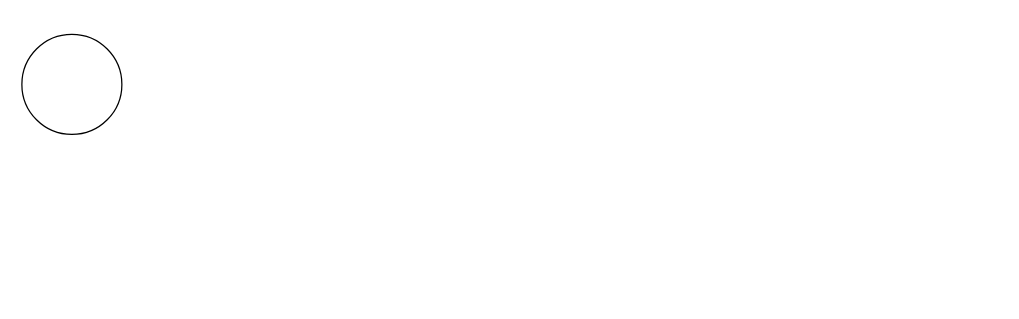
The draw.io diagram Diagrama sem nome.drawio in murilosouzza/Userflow, before the edit. Source tidied: cells renumbered, new cells numbered last; positions are measured from the earlier drawing's top-left corner, leaving out a move shared by most shapes. Both pictures are drawn from the tidied source at 125%, with x=0, y=0 at pixel (21, 34).
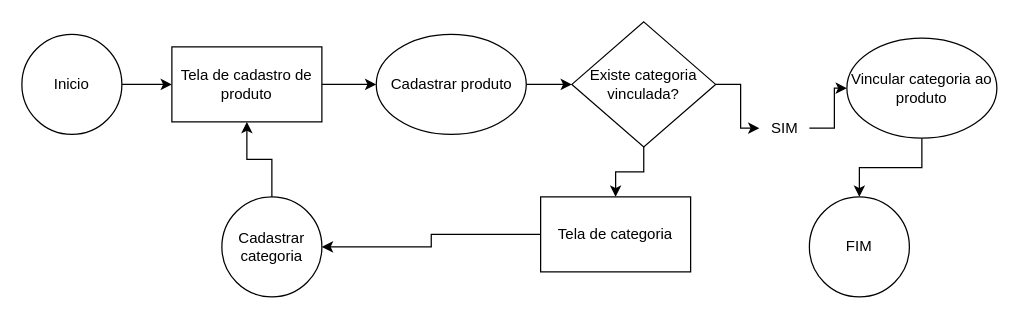
After the change.

Diff of the diagram source:
```diff
@@
 <mxGraphModel>
   <root>
     <mxCell id="0" />
     <mxCell id="1" parent="0" />
+    <mxCell id="3" style="edgeStyle=orthogonalEdgeStyle;rounded=0;jettySize=auto;html=1;" parent="1" edge="1" source="2" target="5">
+      <mxGeometry relative="1" as="geometry" />
+    </mxCell>
-    <mxCell id="2" style="ellipse;whiteSpace=wrap;html=1;" parent="1" vertex="1">
+    <mxCell id="2" value="Inicio" style="ellipse;whiteSpace=wrap;html=1;" parent="1" vertex="1">
       <mxGeometry width="80" height="80" as="geometry" />
     </mxCell>
+    <mxCell id="4" style="edgeStyle=orthogonalEdgeStyle;rounded=0;jettySize=auto;html=1;" parent="1" edge="1" source="5" target="7">
+      <mxGeometry relative="1" as="geometry" />
+    </mxCell>
+    <mxCell id="5" value="Tela de cadastro de&lt;div&gt;produto&lt;/div&gt;" style="rounded=0;whiteSpace=wrap;html=1;" parent="1" vertex="1">
+      <mxGeometry x="120" y="10" width="120" height="60" as="geometry" />
+    </mxCell>
+    <mxCell id="6" style="edgeStyle=orthogonalEdgeStyle;rounded=0;jettySize=auto;html=1;" parent="1" edge="1" source="7" target="10">
+      <mxGeometry relative="1" as="geometry" />
+    </mxCell>
+    <mxCell id="7" value="Cadastrar produto" style="ellipse;whiteSpace=wrap;html=1;" parent="1" vertex="1">
+      <mxGeometry x="283.5" width="120" height="80" as="geometry" />
+    </mxCell>
+    <mxCell id="8" style="edgeStyle=orthogonalEdgeStyle;rounded=0;jettySize=auto;html=1;" parent="1" edge="1" source="10" target="12">
+      <mxGeometry relative="1" as="geometry" />
+    </mxCell>
+    <mxCell id="9" style="edgeStyle=orthogonalEdgeStyle;rounded=0;jettySize=auto;html=1;" parent="1" edge="1" source="10" target="16">
+      <mxGeometry relative="1" as="geometry" />
+    </mxCell>
+    <mxCell id="10" value="Existe categoria&lt;div&gt;vinculada?&lt;/div&gt;" style="rhombus;whiteSpace=wrap;html=1;" parent="1" vertex="1">
+      <mxGeometry x="440" y="-10" width="115" height="100" as="geometry" />
+    </mxCell>
+    <mxCell id="11" style="edgeStyle=orthogonalEdgeStyle;rounded=0;jettySize=auto;html=1;" parent="1" edge="1" source="12" target="14">
+      <mxGeometry relative="1" as="geometry" />
+    </mxCell>
+    <mxCell id="12" value="Tela de categoria" style="whiteSpace=wrap;html=1;" parent="1" vertex="1">
+      <mxGeometry x="415" y="130" width="120" height="60" as="geometry" />
+    </mxCell>
+    <mxCell id="13" style="edgeStyle=orthogonalEdgeStyle;rounded=0;jettySize=auto;html=1;" parent="1" edge="1" source="14" target="5">
+      <mxGeometry relative="1" as="geometry" />
+    </mxCell>
+    <mxCell id="14" value="Cadastrar categoria" style="ellipse;whiteSpace=wrap;html=1;" parent="1" vertex="1">
+      <mxGeometry x="160" y="130" width="80" height="80" as="geometry" />
+    </mxCell>
+    <mxCell id="15" style="edgeStyle=orthogonalEdgeStyle;rounded=0;jettySize=auto;html=1;" parent="1" edge="1" source="16" target="18">
+      <mxGeometry relative="1" as="geometry" />
+    </mxCell>
+    <mxCell id="16" value="SIM" style="text;html=1;align=center;verticalAlign=middle;points=[];strokeColor=none;fillColor=none;" parent="1" vertex="1">
+      <mxGeometry x="590" y="60" width="40" height="30" as="geometry" />
+    </mxCell>
+    <mxCell id="17" style="edgeStyle=orthogonalEdgeStyle;rounded=0;jettySize=auto;html=1;" parent="1" edge="1" source="18" target="19">
+      <mxGeometry relative="1" as="geometry" />
+    </mxCell>
+    <mxCell id="18" value="Vincular categoria ao produto" style="ellipse;whiteSpace=wrap;html=1;" parent="1" vertex="1">
+      <mxGeometry x="660" y="3" width="120" height="80" as="geometry" />
+    </mxCell>
+    <mxCell id="19" value="FIM" style="ellipse;whiteSpace=wrap;html=1;" parent="1" vertex="1">
+      <mxGeometry x="630" y="130" width="80" height="80" as="geometry" />
+    </mxCell>
   </root>
 </mxGraphModel>
```
